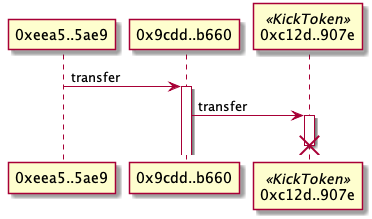
Above: examples/failedTx.png in naddison36/tx2uml (PlantUML), before the change.
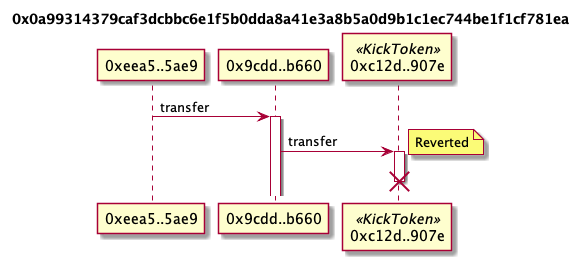
After the commit.

The edit, as a diff of the source:
```diff
@@ -1,5 +1,5 @@
 @startuml
-
+title 0x0a99314379caf3dcbbc6e1f5b0dda8a41e3a8b5a0d9b1c1ec744be1f1cf781ea
 participant "0xeea5..5ae9" as eea55ae9
 participant "0x9cdd..b660" as 9cddb660
 participant "0xc12d..907e" as c12d907e <<KickToken>>
@@ -9,5 +9,6 @@
 9cddb660 -> c12d907e: transfer
 activate c12d907e
 destroy c12d907e
+note right: Reverted
 
 @endumls
```
